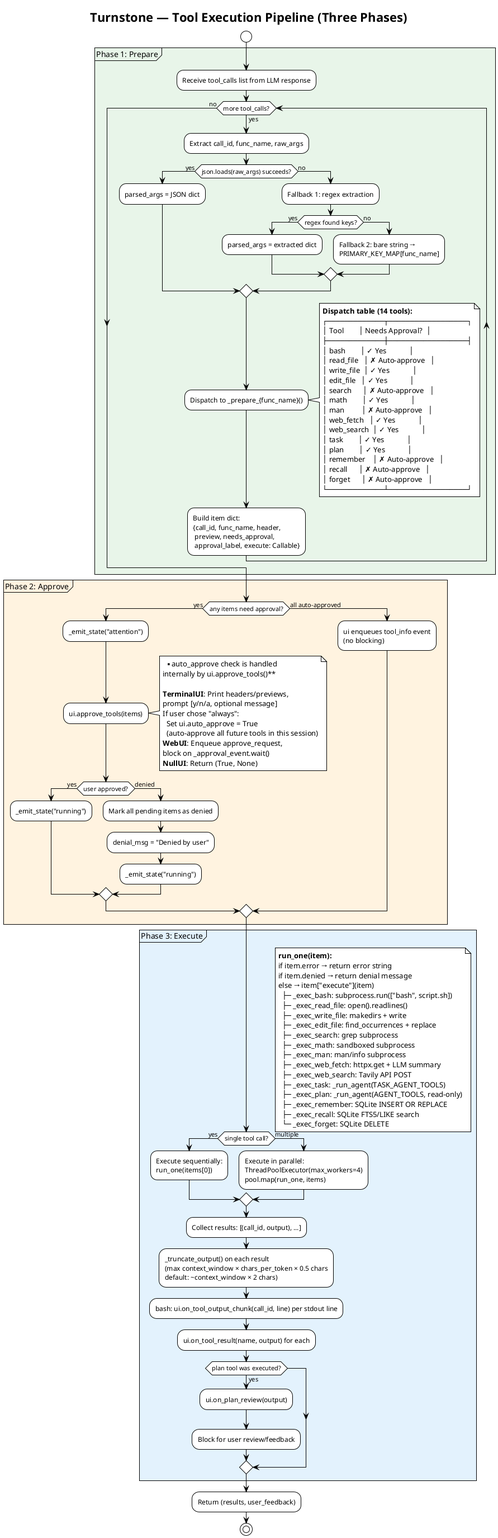
This is docs/diagrams/png/05-tool-pipeline.png from turnstonelabs/turnstone, a PlantUML export, as it was before one commit.
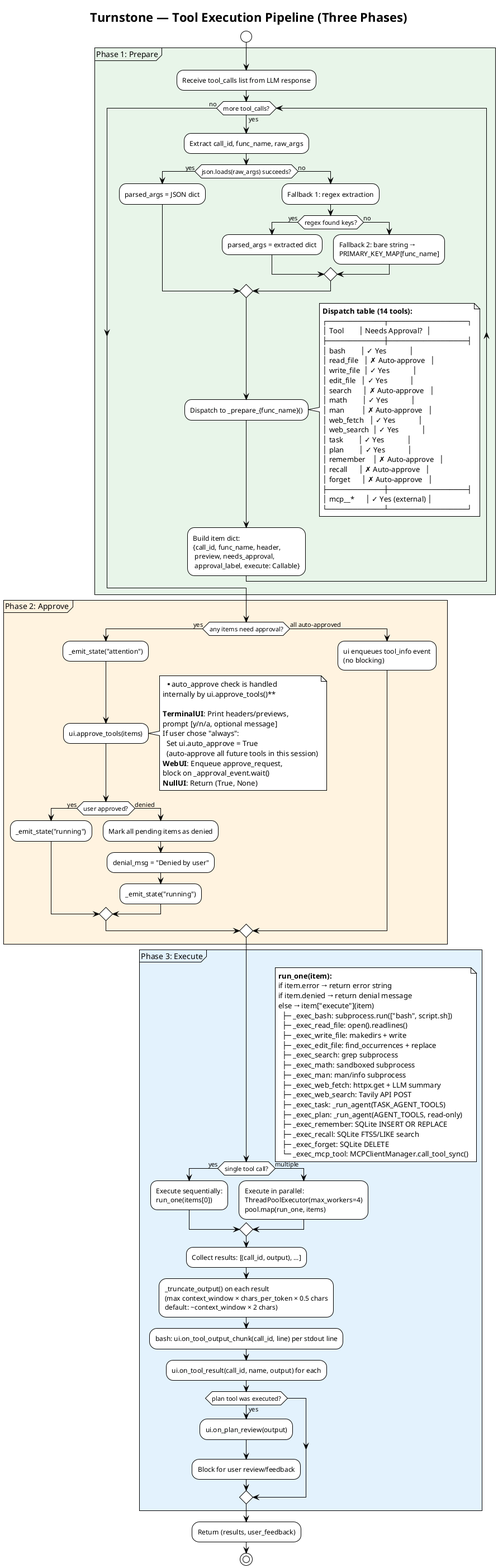
Later version of the same file.

What changed in the source:
```diff
@@ -42,6 +42,8 @@
             │ remember    │ ✗ Auto-approve   │
             │ recall      │ ✗ Auto-approve   │
             │ forget      │ ✗ Auto-approve   │
+            ├─────────────┼──────────────────┤
+            │ mcp__*      │ ✓ Yes (external) │
             └─────────────┴──────────────────┘
         end note
 
@@ -108,7 +110,8 @@
           ├─ _exec_plan: _run_agent(AGENT_TOOLS, read-only)
           ├─ _exec_remember: SQLite INSERT OR REPLACE
           ├─ _exec_recall: SQLite FTS5/LIKE search
-          └─ _exec_forget: SQLite DELETE
+          ├─ _exec_forget: SQLite DELETE
+          └─ _exec_mcp_tool: MCPClientManager.call_tool_sync()
     end note
 
     :Collect results: [(call_id, output), ...];
@@ -116,7 +119,7 @@
     :_truncate_output() on each result\n(max context_window × chars_per_token × 0.5 chars\ndefault: ~context_window × 2 chars);
 
     :bash: ui.on_tool_output_chunk(call_id, line) per stdout line;
-    :ui.on_tool_result(name, output) for each;
+    :ui.on_tool_result(call_id, name, output) for each;
 
     if (plan tool was executed?) then (yes)
         :ui.on_plan_review(output);
```
